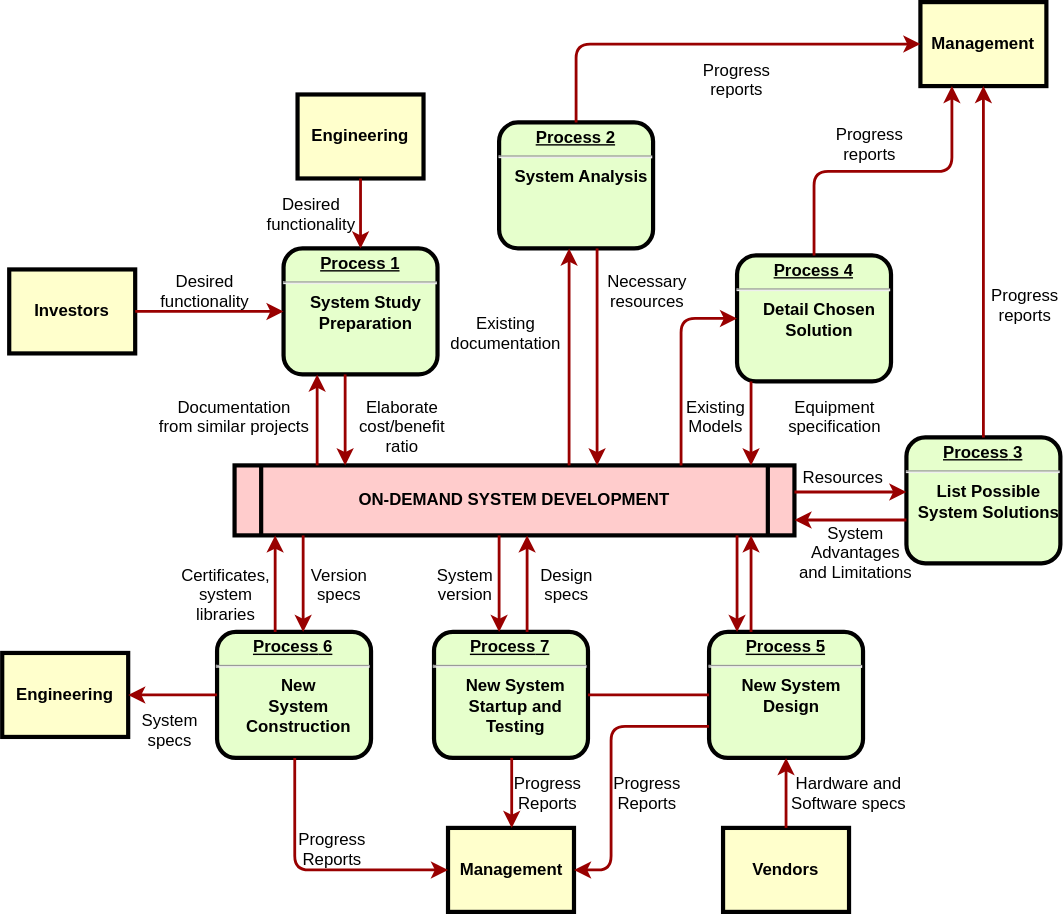
Earlier version of the draw.io export state-machine.svg (Uyosen/assets). Source tidied: cells renumbered, new cells last; positions are measured from the earlier drawing's top-left corner, leaving out a move shared by most shapes.
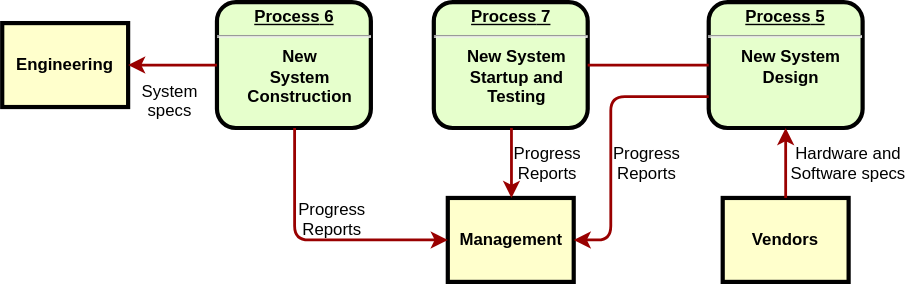
Above is the later version.

Diff of the diagram source:
```diff
@@ -2,36 +2,12 @@
   <root>
     <mxCell id="0" />
     <mxCell id="1" parent="0" />
-    <mxCell id="2" value="&lt;p style=&quot;margin: 0px; margin-top: 4px; text-align: center; text-decoration: underline;&quot;&gt;&lt;strong&gt;Process 1&lt;br /&gt;&lt;/strong&gt;&lt;/p&gt;&lt;hr /&gt;&lt;p style=&quot;margin: 0px; margin-left: 8px;&quot;&gt;System Study&lt;/p&gt;&lt;p style=&quot;margin: 0px; margin-left: 8px;&quot;&gt;Preparation&lt;/p&gt;" style="verticalAlign=middle;align=center;overflow=fill;fontSize=12;fontFamily=Helvetica;html=1;rounded=1;fontStyle=1;strokeWidth=3;fillColor=#E6FFCC;" parent="1" vertex="1">
-      <mxGeometry x="201" y="176" width="110" height="90" as="geometry" />
-    </mxCell>
-    <mxCell id="3" value="Engineering" style="whiteSpace=wrap;align=center;verticalAlign=middle;fontStyle=1;strokeWidth=3;fillColor=#FFFFCC;" parent="1" vertex="1">
-      <mxGeometry x="211" y="66" width="90" height="60" as="geometry" />
-    </mxCell>
-    <mxCell id="4" value="Investors" style="whiteSpace=wrap;align=center;verticalAlign=middle;fontStyle=1;strokeWidth=3;fillColor=#FFFFCC;" parent="1" vertex="1">
-      <mxGeometry x="5" y="191" width="90" height="60" as="geometry" />
-    </mxCell>
-    <mxCell id="5" value="ON-DEMAND SYSTEM DEVELOPMENT" style="shape=process;whiteSpace=wrap;align=center;verticalAlign=middle;size=0.0475;fontStyle=1;strokeWidth=3;fillColor=#FFCCCC;" parent="1" vertex="1">
-      <mxGeometry x="166" y="331" width="400" height="50" as="geometry" />
-    </mxCell>
-    <mxCell id="6" value="&lt;p style=&quot;margin: 0px; margin-top: 4px; text-align: center; text-decoration: underline;&quot;&gt;&lt;strong&gt;Process 2&lt;br /&gt;&lt;/strong&gt;&lt;/p&gt;&lt;hr /&gt;&lt;p style=&quot;margin: 0px; margin-left: 8px;&quot;&gt;System Analysis&lt;/p&gt;" style="verticalAlign=middle;align=center;overflow=fill;fontSize=12;fontFamily=Helvetica;html=1;rounded=1;fontStyle=1;strokeWidth=3;fillColor=#E6FFCC;" parent="1" vertex="1">
-      <mxGeometry x="355" y="86" width="110" height="90" as="geometry" />
-    </mxCell>
-    <mxCell id="7" value="&lt;p style=&quot;margin: 0px; margin-top: 4px; text-align: center; text-decoration: underline;&quot;&gt;&lt;strong&gt;&lt;strong&gt;Process&lt;/strong&gt; 3&lt;br /&gt;&lt;/strong&gt;&lt;/p&gt;&lt;hr /&gt;&lt;p style=&quot;margin: 0px; margin-left: 8px;&quot;&gt;List Possible&lt;/p&gt;&lt;p style=&quot;margin: 0px; margin-left: 8px;&quot;&gt;System Solutions&lt;/p&gt;" style="verticalAlign=middle;align=center;overflow=fill;fontSize=12;fontFamily=Helvetica;html=1;rounded=1;fontStyle=1;strokeWidth=3;fillColor=#E6FFCC;" parent="1" vertex="1">
-      <mxGeometry x="646" y="311" width="110" height="90" as="geometry" />
-    </mxCell>
-    <mxCell id="8" value="&lt;p style=&quot;margin: 0px; margin-top: 4px; text-align: center; text-decoration: underline;&quot;&gt;&lt;strong&gt;&lt;strong&gt;Process&lt;/strong&gt; 4&lt;br /&gt;&lt;/strong&gt;&lt;/p&gt;&lt;hr /&gt;&lt;p style=&quot;margin: 0px; margin-left: 8px;&quot;&gt;Detail Chosen&lt;/p&gt;&lt;p style=&quot;margin: 0px; margin-left: 8px;&quot;&gt;Solution&lt;/p&gt;" style="verticalAlign=middle;align=center;overflow=fill;fontSize=12;fontFamily=Helvetica;html=1;rounded=1;fontStyle=1;strokeWidth=3;fillColor=#E6FFCC;" parent="1" vertex="1">
-      <mxGeometry x="525" y="181" width="110" height="90" as="geometry" />
-    </mxCell>
     <mxCell id="9" value="&lt;p style=&quot;margin: 0px; margin-top: 4px; text-align: center; text-decoration: underline;&quot;&gt;&lt;strong&gt;&lt;strong&gt;Process&lt;/strong&gt; 5&lt;br /&gt;&lt;/strong&gt;&lt;/p&gt;&lt;hr /&gt;&lt;p style=&quot;margin: 0px; margin-left: 8px;&quot;&gt;New System&lt;/p&gt;&lt;p style=&quot;margin: 0px; margin-left: 8px;&quot;&gt;Design&lt;/p&gt;" style="verticalAlign=middle;align=center;overflow=fill;fontSize=12;fontFamily=Helvetica;html=1;rounded=1;fontStyle=1;strokeWidth=3;fillColor=#E6FFCC;" parent="1" vertex="1">
       <mxGeometry x="505" y="450" width="110" height="90" as="geometry" />
     </mxCell>
     <mxCell id="10" value="&lt;p style=&quot;margin: 0px; margin-top: 4px; text-align: center; text-decoration: underline;&quot;&gt;&lt;strong&gt;&lt;strong&gt;Process&lt;/strong&gt; 6&lt;br /&gt;&lt;/strong&gt;&lt;/p&gt;&lt;hr /&gt;&lt;p style=&quot;margin: 0px; margin-left: 8px;&quot;&gt;New&lt;/p&gt;&lt;p style=&quot;margin: 0px; margin-left: 8px;&quot;&gt;System&lt;/p&gt;&lt;p style=&quot;margin: 0px; margin-left: 8px;&quot;&gt;Construction&lt;/p&gt;" style="verticalAlign=middle;align=center;overflow=fill;fontSize=12;fontFamily=Helvetica;html=1;rounded=1;fontStyle=1;strokeWidth=3;fillColor=#E6FFCC;" parent="1" vertex="1">
       <mxGeometry x="153.5" y="450" width="110" height="90" as="geometry" />
     </mxCell>
-    <mxCell id="11" value="Management" style="whiteSpace=wrap;align=center;verticalAlign=middle;fontStyle=1;strokeWidth=3;fillColor=#FFFFCC;" parent="1" vertex="1">
-      <mxGeometry x="656" width="90" height="60" as="geometry" />
-    </mxCell>
     <mxCell id="12" value="Management" style="whiteSpace=wrap;align=center;verticalAlign=middle;fontStyle=1;strokeWidth=3;fillColor=#FFFFCC;" parent="1" vertex="1">
       <mxGeometry x="318.5" y="590" width="90" height="60" as="geometry" />
     </mxCell>
@@ -41,140 +17,12 @@
     <mxCell id="14" value="Vendors" style="whiteSpace=wrap;align=center;verticalAlign=middle;fontStyle=1;strokeWidth=3;fillColor=#FFFFCC;" parent="1" vertex="1">
       <mxGeometry x="515" y="590" width="90" height="60" as="geometry" />
     </mxCell>
-    <mxCell id="15" style="edgeStyle=none;noEdgeStyle=1;strokeColor=#990000;strokeWidth=2;" parent="1" edge="1" source="3" target="2">
-      <mxGeometry relative="1" as="geometry" />
-    </mxCell>
-    <mxCell id="16" style="edgeStyle=none;noEdgeStyle=1;strokeColor=#990000;strokeWidth=2;" parent="1" edge="1" source="4" target="2">
-      <mxGeometry relative="1" as="geometry" />
-    </mxCell>
     <mxCell id="17" value="&lt;p style=&quot;margin: 0px; margin-top: 4px; text-align: center; text-decoration: underline;&quot;&gt;&lt;strong&gt;&lt;strong&gt;Process&lt;/strong&gt; 7&lt;br /&gt;&lt;/strong&gt;&lt;/p&gt;&lt;hr /&gt;&lt;p style=&quot;margin: 0px; margin-left: 8px;&quot;&gt;New System&lt;/p&gt;&lt;p style=&quot;margin: 0px; margin-left: 8px;&quot;&gt;Startup and&lt;/p&gt;&lt;p style=&quot;margin: 0px; margin-left: 8px;&quot;&gt;Testing&lt;/p&gt;" style="verticalAlign=middle;align=center;overflow=fill;fontSize=12;fontFamily=Helvetica;html=1;rounded=1;fontStyle=1;strokeWidth=3;fillColor=#E6FFCC;" parent="1" vertex="1">
       <mxGeometry x="308.5" y="450" width="110" height="90" as="geometry" />
     </mxCell>
     <mxCell id="18" style="endArrow=none;noEdgeStyle=1;strokeColor=#990000;strokeWidth=2;" parent="1" edge="1" source="9" target="17">
       <mxGeometry relative="1" as="geometry" />
     </mxCell>
-    <mxCell id="19" value="Desired &#10;functionality" style="text;spacingTop=-5;align=center;" parent="1" vertex="1">
-      <mxGeometry x="130" y="191" width="30" height="20" as="geometry" />
-    </mxCell>
-    <mxCell id="20" value="Desired &#10;functionality" style="text;spacingTop=-5;align=center;" parent="1" vertex="1">
-      <mxGeometry x="206" y="136" width="30" height="20" as="geometry" />
-    </mxCell>
-    <mxCell id="21" value="Documentation&#10;from similar projects" style="text;spacingTop=-5;align=center;" parent="1" vertex="1">
-      <mxGeometry x="151" y="281" width="30" height="20" as="geometry" />
-    </mxCell>
-    <mxCell id="22" style="edgeStyle=elbowEdgeStyle;elbow=horizontal;strokeColor=#990000;strokeWidth=2;" parent="1" edge="1" source="5" target="2">
-      <mxGeometry relative="1" as="geometry">
-        <Array as="points">
-          <mxPoint x="225" y="310" />
-        </Array>
-      </mxGeometry>
-    </mxCell>
-    <mxCell id="23" style="edgeStyle=elbowEdgeStyle;elbow=horizontal;strokeColor=#990000;strokeWidth=2;" parent="1" edge="1" source="2" target="5">
-      <mxGeometry relative="1" as="geometry">
-        <Array as="points">
-          <mxPoint x="245" y="300" />
-        </Array>
-      </mxGeometry>
-    </mxCell>
-    <mxCell id="24" value="Elaborate&#10;cost/benefit&#10;ratio" style="text;spacingTop=-5;align=center;" parent="1" vertex="1">
-      <mxGeometry x="271" y="281" width="30" height="20" as="geometry" />
-    </mxCell>
-    <mxCell id="25" style="edgeStyle=elbowEdgeStyle;elbow=horizontal;strokeColor=#990000;strokeWidth=2;" parent="1" edge="1" source="5" target="6">
-      <mxGeometry relative="1" as="geometry">
-        <Array as="points">
-          <mxPoint x="405" y="250" />
-        </Array>
-      </mxGeometry>
-    </mxCell>
-    <mxCell id="26" style="edgeStyle=elbowEdgeStyle;elbow=horizontal;strokeColor=#990000;strokeWidth=2;" parent="1" edge="1" source="6" target="5">
-      <mxGeometry relative="1" as="geometry">
-        <Array as="points">
-          <mxPoint x="425" y="260" />
-        </Array>
-      </mxGeometry>
-    </mxCell>
-    <mxCell id="27" value="Existing&#10;documentation" style="text;spacingTop=-5;align=center;" parent="1" vertex="1">
-      <mxGeometry x="345" y="221" width="30" height="20" as="geometry" />
-    </mxCell>
-    <mxCell id="28" value="Necessary&#10;resources" style="text;spacingTop=-5;align=center;" parent="1" vertex="1">
-      <mxGeometry x="446" y="191" width="30" height="20" as="geometry" />
-    </mxCell>
-    <mxCell id="29" value="Progress&#10;reports" style="text;spacingTop=-5;align=center;" parent="1" vertex="1">
-      <mxGeometry x="510" y="40" width="30" height="20" as="geometry" />
-    </mxCell>
-    <mxCell id="30" value="Progress&#10;reports" style="text;spacingTop=-5;align=center;" parent="1" vertex="1">
-      <mxGeometry x="605" y="86" width="30" height="20" as="geometry" />
-    </mxCell>
-    <mxCell id="31" value="Progress&#10;reports" style="text;spacingTop=-5;align=center;" parent="1" vertex="1">
-      <mxGeometry x="716" y="201" width="30" height="20" as="geometry" />
-    </mxCell>
-    <mxCell id="32" style="edgeStyle=elbowEdgeStyle;elbow=horizontal;strokeColor=#990000;strokeWidth=2;" parent="1" edge="1" source="6" target="11">
-      <mxGeometry relative="1" as="geometry">
-        <Array as="points">
-          <mxPoint x="410" y="80" />
-        </Array>
-      </mxGeometry>
-    </mxCell>
-    <mxCell id="33" style="edgeStyle=elbowEdgeStyle;elbow=vertical;entryX=0.25;entryY=1;strokeColor=#990000;strokeWidth=2;" parent="1" edge="1" source="8" target="11">
-      <mxGeometry relative="1" as="geometry" />
-    </mxCell>
-    <mxCell id="34" style="edgeStyle=elbowEdgeStyle;elbow=horizontal;strokeColor=#990000;strokeWidth=2;" parent="1" edge="1" source="7" target="11">
-      <mxGeometry relative="1" as="geometry" />
-    </mxCell>
-    <mxCell id="35" style="edgeStyle=elbowEdgeStyle;elbow=horizontal;strokeColor=#990000;strokeWidth=2;" parent="1" edge="1" source="8" target="5">
-      <mxGeometry relative="1" as="geometry">
-        <Array as="points">
-          <mxPoint x="535" y="300" />
-        </Array>
-      </mxGeometry>
-    </mxCell>
-    <mxCell id="36" style="edgeStyle=segmentEdgeStyle;strokeColor=#990000;strokeWidth=2;" parent="1" edge="1" source="5" target="8">
-      <mxGeometry relative="1" as="geometry">
-        <Array as="points">
-          <mxPoint x="485" y="226" />
-        </Array>
-      </mxGeometry>
-    </mxCell>
-    <mxCell id="37" value="Existing&#10;Models" style="text;spacingTop=-5;align=center;" parent="1" vertex="1">
-      <mxGeometry x="495" y="281" width="30" height="20" as="geometry" />
-    </mxCell>
-    <mxCell id="38" value="Equipment&#10;specification" style="text;spacingTop=-5;align=center;" parent="1" vertex="1">
-      <mxGeometry x="580" y="281" width="30" height="20" as="geometry" />
-    </mxCell>
-    <mxCell id="39" style="edgeStyle=elbowEdgeStyle;elbow=vertical;strokeColor=#990000;strokeWidth=2;" parent="1" edge="1" source="5" target="7">
-      <mxGeometry relative="1" as="geometry">
-        <Array as="points">
-          <mxPoint x="615" y="350" />
-        </Array>
-      </mxGeometry>
-    </mxCell>
-    <mxCell id="40" style="edgeStyle=elbowEdgeStyle;elbow=vertical;strokeColor=#990000;strokeWidth=2;" parent="1" edge="1" source="7" target="5">
-      <mxGeometry relative="1" as="geometry">
-        <Array as="points">
-          <mxPoint x="615" y="370" />
-        </Array>
-      </mxGeometry>
-    </mxCell>
-    <mxCell id="41" value="Resources" style="text;spacingTop=-5;align=center;" parent="1" vertex="1">
-      <mxGeometry x="586" y="331" width="30" height="20" as="geometry" />
-    </mxCell>
-    <mxCell id="42" value="System &#10;Advantages &#10;and Limitations" style="text;spacingTop=-5;align=center;" parent="1" vertex="1">
-      <mxGeometry x="595" y="371" width="30" height="20" as="geometry" />
-    </mxCell>
-    <mxCell id="43" style="edgeStyle=elbowEdgeStyle;elbow=horizontal;strokeColor=#990000;strokeWidth=2;" parent="1" edge="1" source="9" target="5">
-      <mxGeometry relative="1" as="geometry">
-        <Array as="points">
-          <mxPoint x="535" y="410" />
-        </Array>
-      </mxGeometry>
-    </mxCell>
-    <mxCell id="44" style="edgeStyle=elbowEdgeStyle;elbow=horizontal;strokeColor=#990000;strokeWidth=2;" parent="1" edge="1" source="5" target="9">
-      <mxGeometry relative="1" as="geometry">
-        <Array as="points">
-          <mxPoint x="525" y="420" />
-        </Array>
-      </mxGeometry>
-    </mxCell>
     <mxCell id="45" style="edgeStyle=elbowEdgeStyle;elbow=horizontal;strokeColor=#990000;strokeWidth=2;" parent="1" edge="1" source="14" target="9">
       <mxGeometry relative="1" as="geometry" />
     </mxCell>
@@ -210,48 +58,8 @@
     <mxCell id="53" style="edgeStyle=elbowEdgeStyle;elbow=vertical;strokeColor=#990000;strokeWidth=2;" parent="1" edge="1" source="10" target="13">
       <mxGeometry relative="1" as="geometry" />
     </mxCell>
-    <mxCell id="54" style="edgeStyle=elbowEdgeStyle;elbow=horizontal;strokeColor=#990000;strokeWidth=2;" parent="1" edge="1" source="5" target="17">
-      <mxGeometry relative="1" as="geometry">
-        <Array as="points">
-          <mxPoint x="355" y="410" />
-        </Array>
-      </mxGeometry>
-    </mxCell>
-    <mxCell id="55" style="edgeStyle=elbowEdgeStyle;elbow=horizontal;strokeColor=#990000;strokeWidth=2;" parent="1" edge="1" source="17" target="5">
-      <mxGeometry relative="1" as="geometry">
-        <Array as="points">
-          <mxPoint x="375" y="410" />
-        </Array>
-      </mxGeometry>
-    </mxCell>
-    <mxCell id="56" value="Version&#10;specs" style="text;spacingTop=-5;align=center;" parent="1" vertex="1">
-      <mxGeometry x="226" y="401" width="30" height="20" as="geometry" />
-    </mxCell>
-    <mxCell id="57" value="Certificates,&#10;system&#10;libraries" style="text;spacingTop=-5;align=center;" parent="1" vertex="1">
-      <mxGeometry x="145" y="401" width="30" height="20" as="geometry" />
-    </mxCell>
-    <mxCell id="58" style="edgeStyle=elbowEdgeStyle;elbow=horizontal;strokeColor=#990000;strokeWidth=2;" parent="1" edge="1" source="5" target="10">
-      <mxGeometry relative="1" as="geometry">
-        <Array as="points">
-          <mxPoint x="215" y="410" />
-        </Array>
-      </mxGeometry>
-    </mxCell>
-    <mxCell id="59" style="edgeStyle=elbowEdgeStyle;elbow=horizontal;strokeColor=#990000;strokeWidth=2;" parent="1" edge="1" source="10" target="5">
-      <mxGeometry relative="1" as="geometry">
-        <Array as="points">
-          <mxPoint x="195" y="410" />
-        </Array>
-      </mxGeometry>
-    </mxCell>
     <mxCell id="60" value="System&#10;specs" style="text;spacingTop=-5;align=center;" parent="1" vertex="1">
       <mxGeometry x="105" y="505" width="30" height="20" as="geometry" />
     </mxCell>
-    <mxCell id="61" value="Design&#10;specs" style="text;spacingTop=-5;align=center;" parent="1" vertex="1">
-      <mxGeometry x="388.5" y="401" width="30" height="20" as="geometry" />
-    </mxCell>
-    <mxCell id="62" value="System&#10;version" style="text;spacingTop=-5;align=center;" parent="1" vertex="1">
-      <mxGeometry x="316" y="401" width="30" height="20" as="geometry" />
-    </mxCell>
   </root>
 </mxGraphModel>
```
